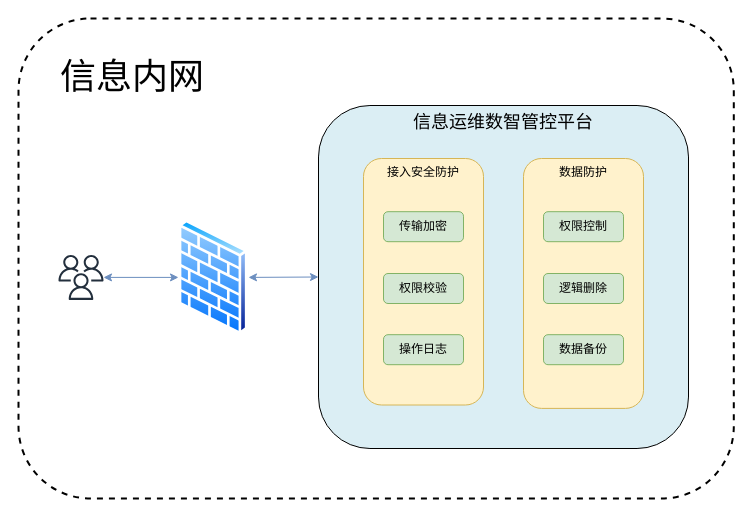
Before: 信息运维安全架构.drawio in diaosinanshen/draw, a draw.io diagram. Source tidied: cells renumbered, new cells numbered last; positions are measured from the earlier drawing's top-left corner, leaving out a move shared by most shapes. Both pictures are drawn from the tidied source at 100%, with x=0, y=0 at pixel (18, 18).
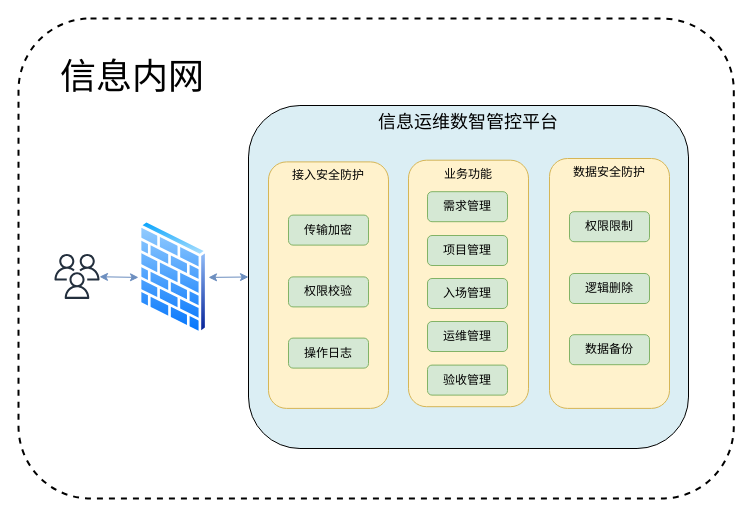
Above is the later version.

Commit message:
更新信息运维安全架构.drawio

Diff of the diagram source:
```diff
@@
     <mxCell id="3" value="信息运维数智管控平台" style="rounded=1;whiteSpace=wrap;html=1;verticalAlign=top;fontSize=18;fillColor=#DBEEF4;" parent="1" vertex="1">
-      <mxGeometry x="300" y="87" width="370" height="343" as="geometry" />
+      <mxGeometry x="230" y="87" width="440" height="343" as="geometry" />
     </mxCell>
     <mxCell id="4" style="sketch=0;outlineConnect=0;fontColor=#232F3E;gradientColor=none;fillColor=#232F3D;strokeColor=none;dashed=0;verticalLabelPosition=bottom;verticalAlign=top;align=center;html=1;fontSize=12;fontStyle=0;shape=mxgraph.aws4.users;" parent="1" vertex="1">
-      <mxGeometry x="40" y="236.4" width="45" height="45" as="geometry" />
+      <mxGeometry x="36" y="235.4" width="45" height="45" as="geometry" />
     </mxCell>
     <mxCell id="5" style="image;perimeter=ellipsePerimeter;html=1;align=center;shadow=0;dashed=0;spacingTop=3;image=img/lib/active_directory/firewall.svg;" parent="1" vertex="1">
-      <mxGeometry x="160" y="201.5" width="70" height="114.8" as="geometry" />
+      <mxGeometry x="120" y="201.5" width="70" height="114.8" as="geometry" />
     </mxCell>
     <mxCell id="6" value="接入安全防护" style="rounded=1;whiteSpace=wrap;html=1;horizontal=1;verticalAlign=top;fillColor=#fff2cc;strokeColor=#d6b656;" parent="1" vertex="1">
-      <mxGeometry x="345" y="140" width="120" height="246.5" as="geometry" />
+      <mxGeometry x="250" y="143.4" width="120" height="246.5" as="geometry" />
     </mxCell>
     <mxCell id="7" value="传输加密" style="rounded=1;whiteSpace=wrap;html=1;fillColor=#d5e8d4;strokeColor=#82b366;" parent="1" vertex="1">
-      <mxGeometry x="365" y="193.2" width="80" height="30" as="geometry" />
+      <mxGeometry x="270" y="196.6" width="80" height="30" as="geometry" />
     </mxCell>
     <mxCell id="8" value="权限校验" style="rounded=1;whiteSpace=wrap;html=1;fillColor=#d5e8d4;strokeColor=#82b366;" parent="1" vertex="1">
-      <mxGeometry x="365" y="255" width="80" height="30" as="geometry" />
+      <mxGeometry x="270" y="258.4" width="80" height="30" as="geometry" />
     </mxCell>
     <mxCell id="9" value="操作日志" style="rounded=1;whiteSpace=wrap;html=1;fillColor=#d5e8d4;strokeColor=#82b366;" parent="1" vertex="1">
-      <mxGeometry x="365" y="316.2" width="80" height="30" as="geometry" />
+      <mxGeometry x="270" y="319.6" width="80" height="30" as="geometry" />
     </mxCell>
@@
-    <mxCell id="12" value="数据防护" style="rounded=1;whiteSpace=wrap;html=1;horizontal=1;verticalAlign=top;fillColor=#fff2cc;strokeColor=#d6b656;" parent="1" vertex="1">
-      <mxGeometry x="505" y="140" width="120" height="249.9" as="geometry" />
+    <mxCell id="12" value="数据安全防护" style="rounded=1;whiteSpace=wrap;html=1;horizontal=1;verticalAlign=top;fillColor=#fff2cc;strokeColor=#d6b656;" parent="1" vertex="1">
+      <mxGeometry x="531" y="140" width="120" height="249.9" as="geometry" />
     </mxCell>
-    <mxCell id="13" value="权限控制" style="rounded=1;whiteSpace=wrap;html=1;fillColor=#d5e8d4;strokeColor=#82b366;" parent="1" vertex="1">
-      <mxGeometry x="525" y="193.2" width="80" height="30" as="geometry" />
+    <mxCell id="13" value="权限限制" style="rounded=1;whiteSpace=wrap;html=1;fillColor=#d5e8d4;strokeColor=#82b366;" parent="1" vertex="1">
+      <mxGeometry x="551" y="193.2" width="80" height="30" as="geometry" />
     </mxCell>
     <mxCell id="14" value="逻辑删除" style="rounded=1;whiteSpace=wrap;html=1;fillColor=#d5e8d4;strokeColor=#82b366;" parent="1" vertex="1">
-      <mxGeometry x="525" y="255" width="80" height="30" as="geometry" />
+      <mxGeometry x="551" y="255" width="80" height="30" as="geometry" />
     </mxCell>
     <mxCell id="15" value="数据备份" style="rounded=1;whiteSpace=wrap;html=1;fillColor=#d5e8d4;strokeColor=#82b366;" parent="1" vertex="1">
-      <mxGeometry x="525" y="316.2" width="80" height="30" as="geometry" />
+      <mxGeometry x="551" y="316.2" width="80" height="30" as="geometry" />
     </mxCell>
+    <mxCell id="16" value="业务功能" style="rounded=1;whiteSpace=wrap;html=1;horizontal=1;verticalAlign=top;fillColor=#fff2cc;strokeColor=#d6b656;" parent="1" vertex="1">
+      <mxGeometry x="390" y="141.7" width="120" height="246.5" as="geometry" />
+    </mxCell>
+    <mxCell id="17" value="需求管理" style="rounded=1;whiteSpace=wrap;html=1;fillColor=#d5e8d4;strokeColor=#82b366;" parent="1" vertex="1">
+      <mxGeometry x="409" y="173.2" width="80" height="30" as="geometry" />
+    </mxCell>
+    <mxCell id="18" value="项目管理" style="rounded=1;whiteSpace=wrap;html=1;fillColor=#d5e8d4;strokeColor=#82b366;" parent="1" vertex="1">
+      <mxGeometry x="409" y="217" width="80" height="30" as="geometry" />
+    </mxCell>
+    <mxCell id="19" value="入场管理" style="rounded=1;whiteSpace=wrap;html=1;fillColor=#d5e8d4;strokeColor=#82b366;" parent="1" vertex="1">
+      <mxGeometry x="409" y="260" width="80" height="30" as="geometry" />
+    </mxCell>
+    <mxCell id="20" value="运维管理" style="rounded=1;whiteSpace=wrap;html=1;fillColor=#d5e8d4;strokeColor=#82b366;" parent="1" vertex="1">
+      <mxGeometry x="409" y="303" width="80" height="30" as="geometry" />
+    </mxCell>
+    <mxCell id="21" value="验收管理" style="rounded=1;whiteSpace=wrap;html=1;fillColor=#d5e8d4;strokeColor=#82b366;" parent="1" vertex="1">
+      <mxGeometry x="409" y="346.6" width="80" height="30" as="geometry" />
+    </mxCell>
```
